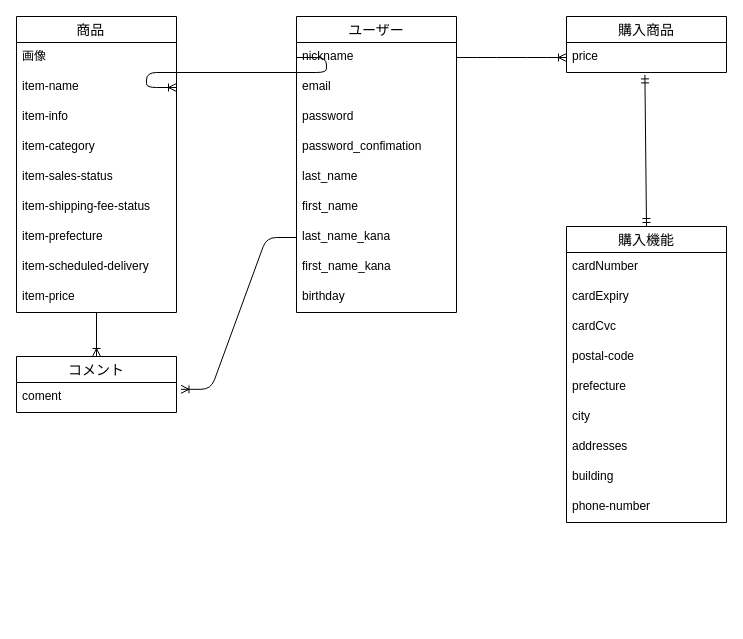
D0lph1n25/furima-39574 keeps this draw.io diagram as er.dio. Above is the earlier version. Source tidied: cells renumbered, new cells numbered last; positions are measured from the earlier drawing's top-left corner, leaving out a move shared by most shapes. Both pictures are drawn from the tidied source at 100%, with x=0, y=0 at pixel (16, 16).
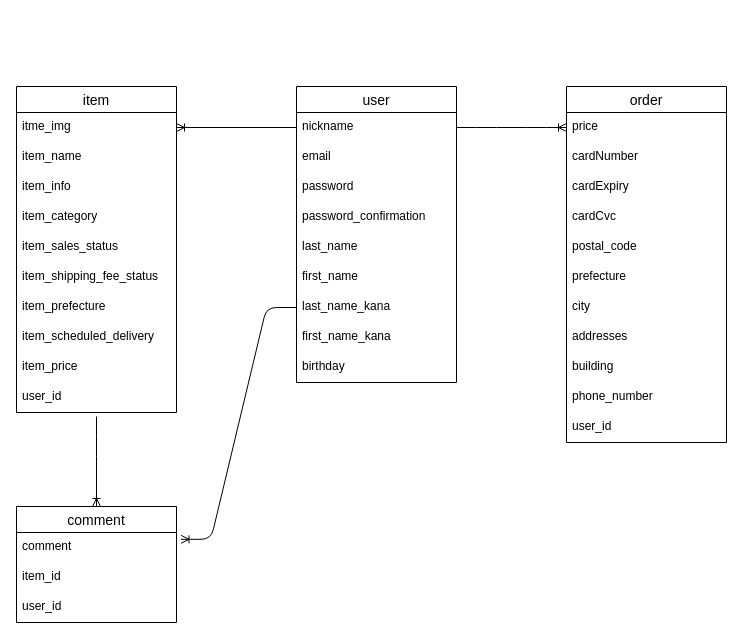
The same page after the edit.

Commit message (it also covers changes not shown here):
ER図及びREADME実装

The change refers to these unchanged cells:
```xml
<mxCell id="13" value="nickname" style="text;strokeColor=none;fillColor=none;spacingLeft=4;spacingRight=4;overflow=hidden;points=[[0,0.5],[1,0.5]];portConstraint=eastwest;fontSize=12;" parent="12" vertex="1">
  <mxGeometry y="26" width="160" height="30" as="geometry" />
</mxCell>
```

What changed in the source:
```diff
@@
-    <mxCell id="2" value="商品   " style="swimlane;fontStyle=0;horizontal=1;startSize=26;align=center;fontSize=14;" parent="1" vertex="1">
-      <mxGeometry width="160" height="296" as="geometry" />
+    <mxCell id="2" value="item" style="swimlane;fontStyle=0;horizontal=1;startSize=26;align=center;fontSize=14;" parent="1" vertex="1">
+      <mxGeometry y="70" width="160" height="326" as="geometry" />
     </mxCell>
-    <mxCell id="3" value="画像" style="text;strokeColor=none;fillColor=none;spacingLeft=4;spacingRight=4;overflow=hidden;points=[[0,0.5],[1,0.5]];portConstraint=eastwest;fontSize=12;" parent="2" vertex="1">
+    <mxCell id="3" value="itme_img" style="text;strokeColor=none;fillColor=none;spacingLeft=4;spacingRight=4;overflow=hidden;points=[[0,0.5],[1,0.5]];portConstraint=eastwest;fontSize=12;" parent="2" vertex="1">
       <mxGeometry y="26" width="160" height="30" as="geometry" />
     </mxCell>
-    <mxCell id="4" value="item-name" style="text;strokeColor=none;fillColor=none;spacingLeft=4;spacingRight=4;overflow=hidden;fontSize=12;" parent="2" vertex="1">
+    <mxCell id="4" value="item_name" style="text;strokeColor=none;fillColor=none;spacingLeft=4;spacingRight=4;overflow=hidden;fontSize=12;" parent="2" vertex="1">
       <mxGeometry y="56" width="160" height="30" as="geometry" />
     </mxCell>
-    <mxCell id="5" value="item-info" style="text;strokeColor=none;fillColor=none;spacingLeft=4;spacingRight=4;overflow=hidden;fontSize=12;" parent="2" vertex="1">
+    <mxCell id="5" value="item_info" style="text;strokeColor=none;fillColor=none;spacingLeft=4;spacingRight=4;overflow=hidden;fontSize=12;" parent="2" vertex="1">
       <mxGeometry y="86" width="160" height="30" as="geometry" />
     </mxCell>
-    <mxCell id="6" value="item-category" style="text;strokeColor=none;fillColor=none;spacingLeft=4;spacingRight=4;overflow=hidden;fontSize=12;" parent="2" vertex="1">
+    <mxCell id="6" value="item_category" style="text;strokeColor=none;fillColor=none;spacingLeft=4;spacingRight=4;overflow=hidden;fontSize=12;" parent="2" vertex="1">
       <mxGeometry y="116" width="160" height="30" as="geometry" />
     </mxCell>
-    <mxCell id="7" value="item-sales-status" style="text;strokeColor=none;fillColor=none;spacingLeft=4;spacingRight=4;overflow=hidden;fontSize=12;" parent="2" vertex="1">
+    <mxCell id="7" value="item_sales_status" style="text;strokeColor=none;fillColor=none;spacingLeft=4;spacingRight=4;overflow=hidden;fontSize=12;" parent="2" vertex="1">
       <mxGeometry y="146" width="160" height="30" as="geometry" />
     </mxCell>
-    <mxCell id="8" value="item-shipping-fee-status" style="text;strokeColor=none;fillColor=none;spacingLeft=4;spacingRight=4;overflow=hidden;fontSize=12;" parent="2" vertex="1">
+    <mxCell id="8" value="item_shipping_fee_status" style="text;strokeColor=none;fillColor=none;spacingLeft=4;spacingRight=4;overflow=hidden;fontSize=12;" parent="2" vertex="1">
       <mxGeometry y="176" width="160" height="30" as="geometry" />
     </mxCell>
-    <mxCell id="9" value="item-prefecture" style="text;strokeColor=none;fillColor=none;spacingLeft=4;spacingRight=4;overflow=hidden;fontSize=12;" parent="2" vertex="1">
+    <mxCell id="9" value="item_prefecture" style="text;strokeColor=none;fillColor=none;spacingLeft=4;spacingRight=4;overflow=hidden;fontSize=12;" parent="2" vertex="1">
       <mxGeometry y="206" width="160" height="30" as="geometry" />
     </mxCell>
-    <mxCell id="10" value="item-scheduled-delivery" style="text;strokeColor=none;fillColor=none;spacingLeft=4;spacingRight=4;overflow=hidden;fontSize=12;" parent="2" vertex="1">
+    <mxCell id="10" value="item_scheduled_delivery" style="text;strokeColor=none;fillColor=none;spacingLeft=4;spacingRight=4;overflow=hidden;fontSize=12;" parent="2" vertex="1">
       <mxGeometry y="236" width="160" height="30" as="geometry" />
     </mxCell>
-    <mxCell id="11" value="item-price" style="text;strokeColor=none;fillColor=none;spacingLeft=4;spacingRight=4;overflow=hidden;points=[[0,0.5],[1,0.5]];portConstraint=eastwest;fontSize=12;" parent="2" vertex="1">
+    <mxCell id="11" value="item_price" style="text;strokeColor=none;fillColor=none;spacingLeft=4;spacingRight=4;overflow=hidden;points=[[0,0.5],[1,0.5]];portConstraint=eastwest;fontSize=12;" parent="2" vertex="1">
       <mxGeometry y="266" width="160" height="30" as="geometry" />
     </mxCell>
+    <mxCell id="41" value="user_id" style="text;strokeColor=none;fillColor=none;spacingLeft=4;spacingRight=4;overflow=hidden;fontSize=12;" parent="2" vertex="1">
+      <mxGeometry y="296" width="160" height="30" as="geometry" />
+    </mxCell>
-    <mxCell id="12" value="ユーザー" style="swimlane;fontStyle=0;horizontal=1;startSize=26;align=center;fontSize=14;" parent="1" vertex="1">
-      <mxGeometry x="280" width="160" height="296" as="geometry" />
+    <mxCell id="12" value="user" style="swimlane;fontStyle=0;horizontal=1;startSize=26;align=center;fontSize=14;" parent="1" vertex="1">
+      <mxGeometry x="280" y="70" width="160" height="296" as="geometry" />
     </mxCell>
@@
-    <mxCell id="16" value="password_confimation" style="text;strokeColor=none;fillColor=none;spacingLeft=4;spacingRight=4;overflow=hidden;fontSize=12;" parent="12" vertex="1">
+    <mxCell id="16" value="password_confirmation" style="text;strokeColor=none;fillColor=none;spacingLeft=4;spacingRight=4;overflow=hidden;fontSize=12;" parent="12" vertex="1">
       <mxGeometry y="116" width="160" height="30" as="geometry" />
     </mxCell>
@@
-    <mxCell id="22" value="購入商品" style="swimlane;fontStyle=0;horizontal=1;startSize=26;align=center;fontSize=14;" parent="1" vertex="1">
-      <mxGeometry x="550" width="160" height="56" as="geometry" />
-    </mxCell>
+    <mxCell id="24" value="order" style="swimlane;fontStyle=0;horizontal=1;startSize=26;align=center;fontSize=14;" parent="1" vertex="1">
+      <mxGeometry x="550" y="70" width="160" height="356" as="geometry" />
+    </mxCell>
-    <mxCell id="23" value="price" style="text;strokeColor=none;fillColor=none;spacingLeft=4;spacingRight=4;overflow=hidden;points=[[0,0.5],[1,0.5]];portConstraint=eastwest;fontSize=12;" parent="22" vertex="1">
+    <mxCell id="23" value="price" style="text;strokeColor=none;fillColor=none;spacingLeft=4;spacingRight=4;overflow=hidden;points=[[0,0.5],[1,0.5]];portConstraint=eastwest;fontSize=12;" parent="24" vertex="1">
       <mxGeometry y="26" width="160" height="30" as="geometry" />
     </mxCell>
-    <mxCell id="24" value="購入機能" style="swimlane;fontStyle=0;horizontal=1;startSize=26;align=center;fontSize=14;" parent="1" vertex="1">
-      <mxGeometry x="550" y="210" width="160" height="296" as="geometry" />
-    </mxCell>
     <mxCell id="25" value="cardNumber" style="text;strokeColor=none;fillColor=none;spacingLeft=4;spacingRight=4;overflow=hidden;fontSize=12;" parent="24" vertex="1">
-      <mxGeometry y="26" width="160" height="30" as="geometry" />
+      <mxGeometry y="56" width="160" height="30" as="geometry" />
     </mxCell>
     <mxCell id="26" value="cardExpiry" style="text;strokeColor=none;fillColor=none;spacingLeft=4;spacingRight=4;overflow=hidden;fontSize=12;" parent="24" vertex="1">
-      <mxGeometry y="56" width="160" height="30" as="geometry" />
+      <mxGeometry y="86" width="160" height="30" as="geometry" />
     </mxCell>
     <mxCell id="27" value="cardCvc" style="text;strokeColor=none;fillColor=none;spacingLeft=4;spacingRight=4;overflow=hidden;fontSize=12;" parent="24" vertex="1">
-      <mxGeometry y="86" width="160" height="30" as="geometry" />
+      <mxGeometry y="116" width="160" height="30" as="geometry" />
     </mxCell>
-    <mxCell id="28" value="postal-code" style="text;strokeColor=none;fillColor=none;spacingLeft=4;spacingRight=4;overflow=hidden;fontSize=12;" parent="24" vertex="1">
-      <mxGeometry y="116" width="160" height="30" as="geometry" />
+    <mxCell id="28" value="postal_code" style="text;strokeColor=none;fillColor=none;spacingLeft=4;spacingRight=4;overflow=hidden;fontSize=12;" parent="24" vertex="1">
+      <mxGeometry y="146" width="160" height="30" as="geometry" />
     </mxCell>
     <mxCell id="29" value="prefecture" style="text;strokeColor=none;fillColor=none;spacingLeft=4;spacingRight=4;overflow=hidden;fontSize=12;" parent="24" vertex="1">
-      <mxGeometry y="146" width="160" height="30" as="geometry" />
+      <mxGeometry y="176" width="160" height="30" as="geometry" />
     </mxCell>
     <mxCell id="30" value="city" style="text;strokeColor=none;fillColor=none;spacingLeft=4;spacingRight=4;overflow=hidden;fontSize=12;" parent="24" vertex="1">
-      <mxGeometry y="176" width="160" height="30" as="geometry" />
+      <mxGeometry y="206" width="160" height="30" as="geometry" />
     </mxCell>
     <mxCell id="31" value="addresses" style="text;strokeColor=none;fillColor=none;spacingLeft=4;spacingRight=4;overflow=hidden;fontSize=12;" parent="24" vertex="1">
-      <mxGeometry y="206" width="160" height="30" as="geometry" />
+      <mxGeometry y="236" width="160" height="30" as="geometry" />
     </mxCell>
     <mxCell id="32" value="building" style="text;strokeColor=none;fillColor=none;spacingLeft=4;spacingRight=4;overflow=hidden;fontSize=12;" parent="24" vertex="1">
-      <mxGeometry y="236" width="160" height="30" as="geometry" />
+      <mxGeometry y="266" width="160" height="30" as="geometry" />
     </mxCell>
-    <mxCell id="33" value="phone-number" style="text;strokeColor=none;fillColor=none;spacingLeft=4;spacingRight=4;overflow=hidden;fontSize=12;" parent="24" vertex="1">
-      <mxGeometry y="266" width="160" height="30" as="geometry" />
+    <mxCell id="33" value="phone_number" style="text;strokeColor=none;fillColor=none;spacingLeft=4;spacingRight=4;overflow=hidden;fontSize=12;" parent="24" vertex="1">
+      <mxGeometry y="296" width="160" height="30" as="geometry" />
     </mxCell>
+    <mxCell id="42" value="user_id" style="text;strokeColor=none;fillColor=none;spacingLeft=4;spacingRight=4;overflow=hidden;fontSize=12;" parent="24" vertex="1">
+      <mxGeometry y="326" width="160" height="30" as="geometry" />
+    </mxCell>
-    <mxCell id="34" value="コメント" style="swimlane;fontStyle=0;horizontal=1;startSize=26;align=center;fontSize=14;" parent="1" vertex="1">
-      <mxGeometry y="340" width="160" height="56" as="geometry" />
+    <mxCell id="34" value="comment" style="swimlane;fontStyle=0;horizontal=1;startSize=26;align=center;fontSize=14;" parent="1" vertex="1">
+      <mxGeometry y="490" width="160" height="116" as="geometry" />
     </mxCell>
-    <mxCell id="35" value="coment" style="text;strokeColor=none;fillColor=none;spacingLeft=4;spacingRight=4;overflow=hidden;points=[[0,0.5],[1,0.5]];portConstraint=eastwest;fontSize=12;" parent="34" vertex="1">
+    <mxCell id="35" value="comment" style="text;strokeColor=none;fillColor=none;spacingLeft=4;spacingRight=4;overflow=hidden;points=[[0,0.5],[1,0.5]];portConstraint=eastwest;fontSize=12;" parent="34" vertex="1">
       <mxGeometry y="26" width="160" height="30" as="geometry" />
     </mxCell>
+    <mxCell id="43" value="item_id" style="text;strokeColor=none;fillColor=none;spacingLeft=4;spacingRight=4;overflow=hidden;fontSize=12;" parent="34" vertex="1">
+      <mxGeometry y="56" width="160" height="30" as="geometry" />
+    </mxCell>
+    <mxCell id="44" value="user_id" style="text;strokeColor=none;fillColor=none;spacingLeft=4;spacingRight=4;overflow=hidden;fontSize=12;" parent="34" vertex="1">
+      <mxGeometry y="86" width="160" height="30" as="geometry" />
+    </mxCell>
-    <mxCell id="36" style="edgeStyle=entityRelationEdgeStyle;fontSize=12;html=1;endArrow=ERoneToMany;entryX=1;entryY=0.5;entryDx=0;entryDy=0;exitX=0;exitY=0.5;exitDx=0;exitDy=0;" parent="1" edge="1" source="13">
-      <mxGeometry relative="1" as="geometry">
-        <mxPoint x="160" y="71" as="targetPoint" />
-      </mxGeometry>
+    <mxCell id="36" style="fontSize=12;html=1;endArrow=ERoneToMany;entryX=1;entryY=0.5;entryDx=0;entryDy=0;exitX=0;exitY=0.5;exitDx=0;exitDy=0;" parent="1" edge="1" source="13" target="3">
+      <mxGeometry relative="1" as="geometry" />
     </mxCell>
-    <mxCell id="37" style="fontSize=12;html=1;endArrow=ERoneToMany;entryX=0.5;entryY=0;entryDx=0;entryDy=0;" parent="1" edge="1" source="11" target="34">
-      <mxGeometry relative="1" as="geometry" />
+    <mxCell id="37" style="fontSize=12;html=1;endArrow=ERoneToMany;entryX=0.5;entryY=0;entryDx=0;entryDy=0;" parent="1" edge="1" target="34">
+      <mxGeometry relative="1" as="geometry">
+        <mxPoint x="80" y="400" as="sourcePoint" />
+        <Array as="points">
+          <mxPoint x="80" y="430" />
+        </Array>
+      </mxGeometry>
     </mxCell>
@@
-    <mxCell id="39" style="edgeStyle=entityRelationEdgeStyle;fontSize=12;html=1;endArrow=ERoneToMany;entryX=0;entryY=0.5;entryDx=0;entryDy=0;exitX=1;exitY=0.5;exitDx=0;exitDy=0;" parent="1" edge="1" source="13" target="23">
-      <mxGeometry relative="1" as="geometry" />
+    <mxCell id="39" style="edgeStyle=entityRelationEdgeStyle;fontSize=12;html=1;endArrow=ERoneToMany;entryX=0;entryY=0.5;entryDx=0;entryDy=0;exitX=1;exitY=0.5;exitDx=0;exitDy=0;" parent="1" edge="1" source="13">
+      <mxGeometry relative="1" as="geometry">
+        <mxPoint x="550" y="111" as="targetPoint" />
+      </mxGeometry>
     </mxCell>
-    <mxCell id="40" style="fontSize=12;html=1;endArrow=ERmandOne;startArrow=ERmandOne;entryX=0.49;entryY=1.08;entryDx=0;entryDy=0;entryPerimeter=0;exitX=0.5;exitY=0;exitDx=0;exitDy=0;" parent="1" edge="1" source="24" target="23">
-      <mxGeometry relative="1" as="geometry" />
-    </mxCell>
```
